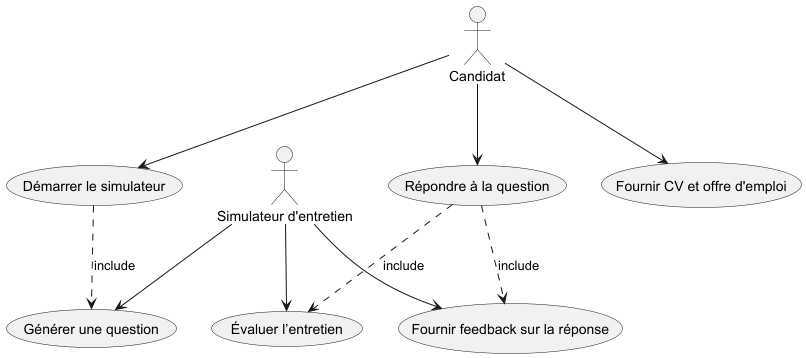
The PlantUML diagram docs/diagramme_cas-utilisation.png in SoulierEnzo/projet-prog-pro, before a commit. The source it was exported from:
```plantuml
@startuml
actor Candidat
actor Systeme as "Simulateur d'entretien"

Candidat --> (Démarrer le simulateur)
Candidat --> (Fournir CV et offre d'emploi)
Candidat --> (Répondre à la question)

(Systeme) --> (Générer une question)
(Systeme) --> (Fournir feedback sur la réponse)
(Systeme) --> (Évaluer l’entretien)

(Démarrer le simulateur) ..> (Générer une question) : include
(Répondre à la question) ..> (Fournir feedback sur la réponse) : include
(Répondre à la question) ..> (Évaluer l’entretien) : include
@enduml
```
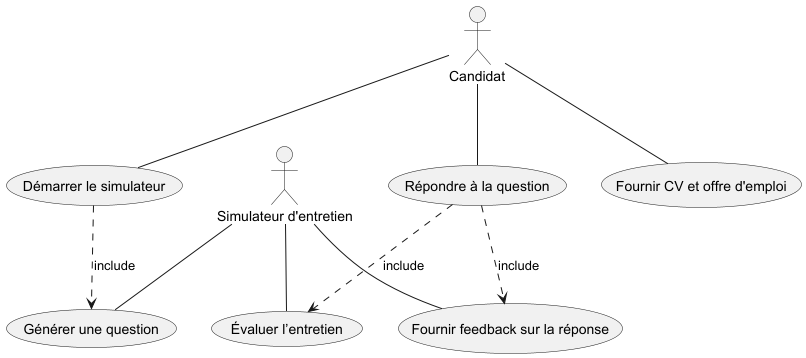
Later version of the same file.

Commit message:
docs : corection fleches diagramme de cas d'utilisation + correction readme

What changed in the source:
```diff
@@ -2,13 +2,13 @@
 actor Candidat
 actor Systeme as "Simulateur d'entretien"
 
-Candidat --> (Démarrer le simulateur)
-Candidat --> (Fournir CV et offre d'emploi)
-Candidat --> (Répondre à la question)
+Candidat -- (Démarrer le simulateur)
+Candidat -- (Fournir CV et offre d'emploi)
+Candidat -- (Répondre à la question)
 
-(Systeme) --> (Générer une question)
-(Systeme) --> (Fournir feedback sur la réponse)
-(Systeme) --> (Évaluer l’entretien)
+(Systeme) -- (Générer une question)
+(Systeme) -- (Fournir feedback sur la réponse)
+(Systeme) -- (Évaluer l’entretien)
 
 (Démarrer le simulateur) ..> (Générer une question) : include
 (Répondre à la question) ..> (Fournir feedback sur la réponse) : include
```
